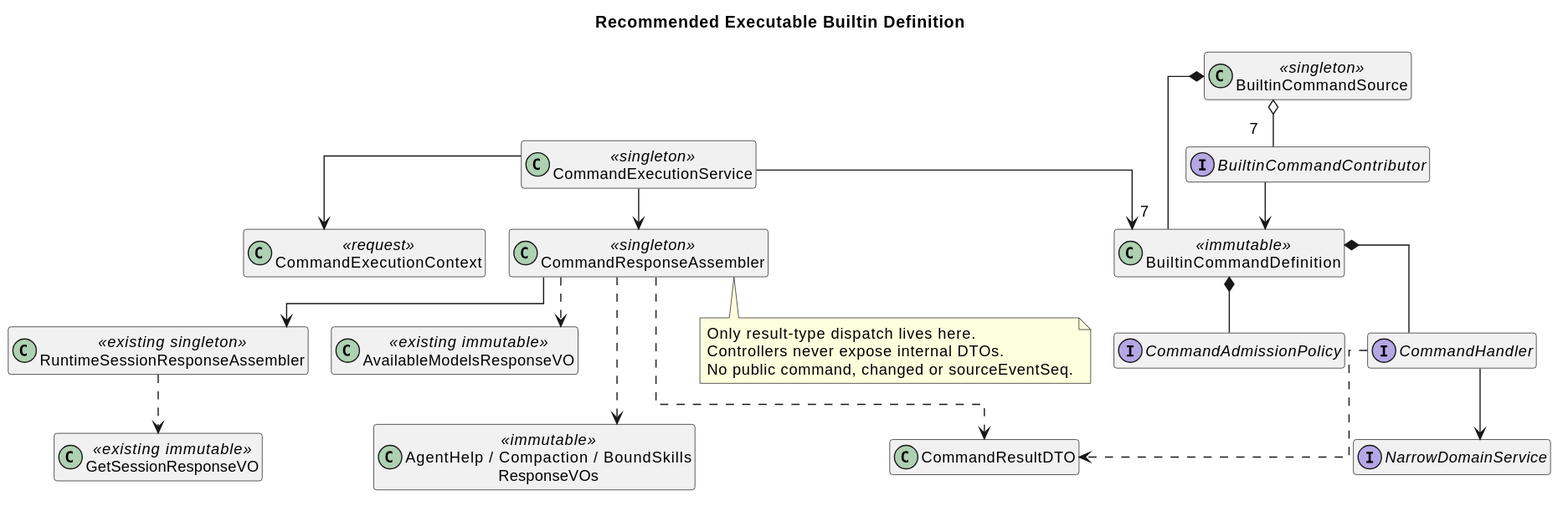
Before: 04-命令与技能/01-内置命令/设计图/target_command_core_classes.svg, a diagram exported from PlantUML (ssm0808/pi-mono-java-design).
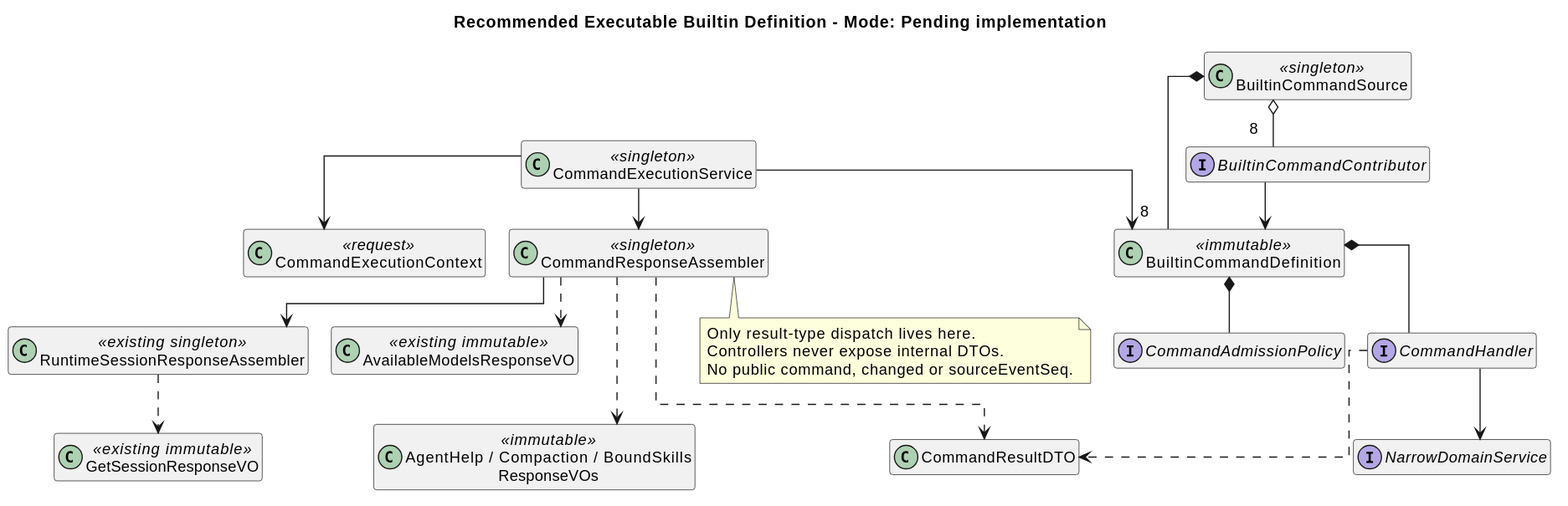
Above is the later version.

What changed in the source:
```diff
@@ -10,7 +10,7 @@
 skinparam ranksep 35
 skinparam linetype ortho
 hide empty members
-title Recommended Executable Builtin Definition
+title Recommended Executable Builtin Definition - Mode: Pending implementation
 interface BuiltinCommandContributor
 class BuiltinCommandSource <<singleton>>
 class BuiltinCommandDefinition <<immutable>>
@@ -25,9 +25,9 @@
 class AvailableModelsResponseVO <<existing immutable>>
 class "AgentHelp / Compaction / BoundSkills\nResponseVOs" as BusinessVOs <<immutable>>
 interface NarrowDomainService
-BuiltinCommandSource o-- "7" BuiltinCommandContributor
+BuiltinCommandSource o-- "8" BuiltinCommandContributor
 BuiltinCommandContributor --> BuiltinCommandDefinition
-BuiltinCommandSource *-- "7" BuiltinCommandDefinition
+BuiltinCommandSource *-- "8" BuiltinCommandDefinition
 BuiltinCommandDefinition *-- CommandHandler
 BuiltinCommandDefinition *-- CommandAdmissionPolicy
 CommandExecutionService --> CommandExecutionContext
```
